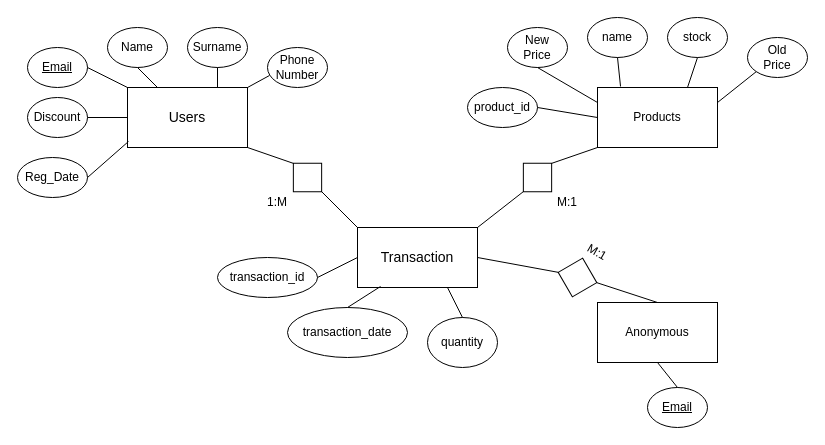
Above: ER-Diagram.drawio in stefmitkovski/WEB_APP (draw.io), before the change. Source tidied: cells renumbered, new cells numbered last; positions are measured from the earlier drawing's top-left corner, leaving out a move shared by most shapes. Both pictures are drawn from the tidied source at 100%, with x=0, y=0 at pixel (17, 17).
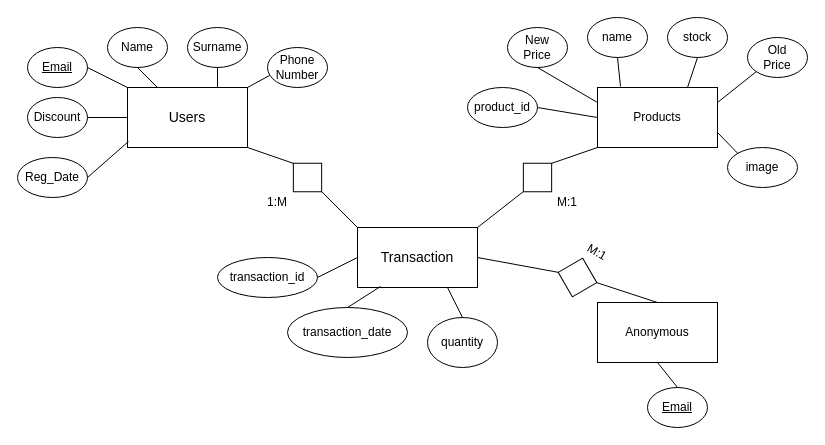
Above is the later version.

Commit message (it also covers changes not shown here):
Korekcija vo ER i dodadeno .gitignore

Unchanged cells that the change refers to:
```xml
<mxCell id="8" value="Products" style="rounded=0;whiteSpace=wrap;html=1;" parent="1" vertex="1">
  <mxGeometry x="580" y="70" width="120" height="60" as="geometry" />
</mxCell>
```

Diff of the diagram source:
```diff
@@
+    <mxCell id="48" value="image" style="ellipse;whiteSpace=wrap;html=1;" parent="1" vertex="1">
+      <mxGeometry x="710" y="130" width="70" height="40" as="geometry" />
+    </mxCell>
+    <mxCell id="49" style="endArrow=none;html=1;rounded=0;entryX=0;entryY=0;entryDx=0;entryDy=0;exitX=1;exitY=0.75;exitDx=0;exitDy=0;" parent="1" edge="1" source="8" target="48">
+      <mxGeometry relative="1" as="geometry" />
+    </mxCell>
```
